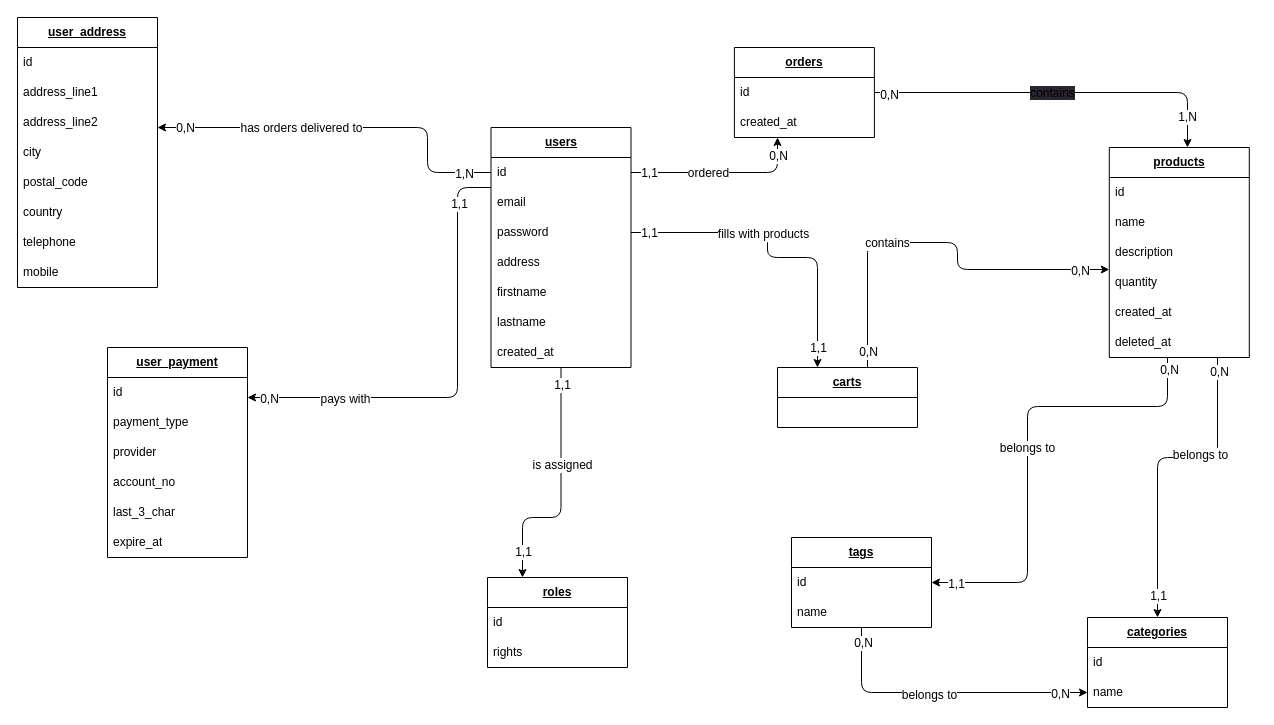
felix-hauger/boutique-en-ligne keeps this draw.io diagram as boutique-en-ligne.drawio. Above is the earlier version. Source tidied: cells renumbered, new cells numbered last; positions are measured from the earlier drawing's top-left corner, leaving out a move shared by most shapes. Both pictures are drawn from the tidied source at 100%, with x=0, y=0 at pixel (17, 17).
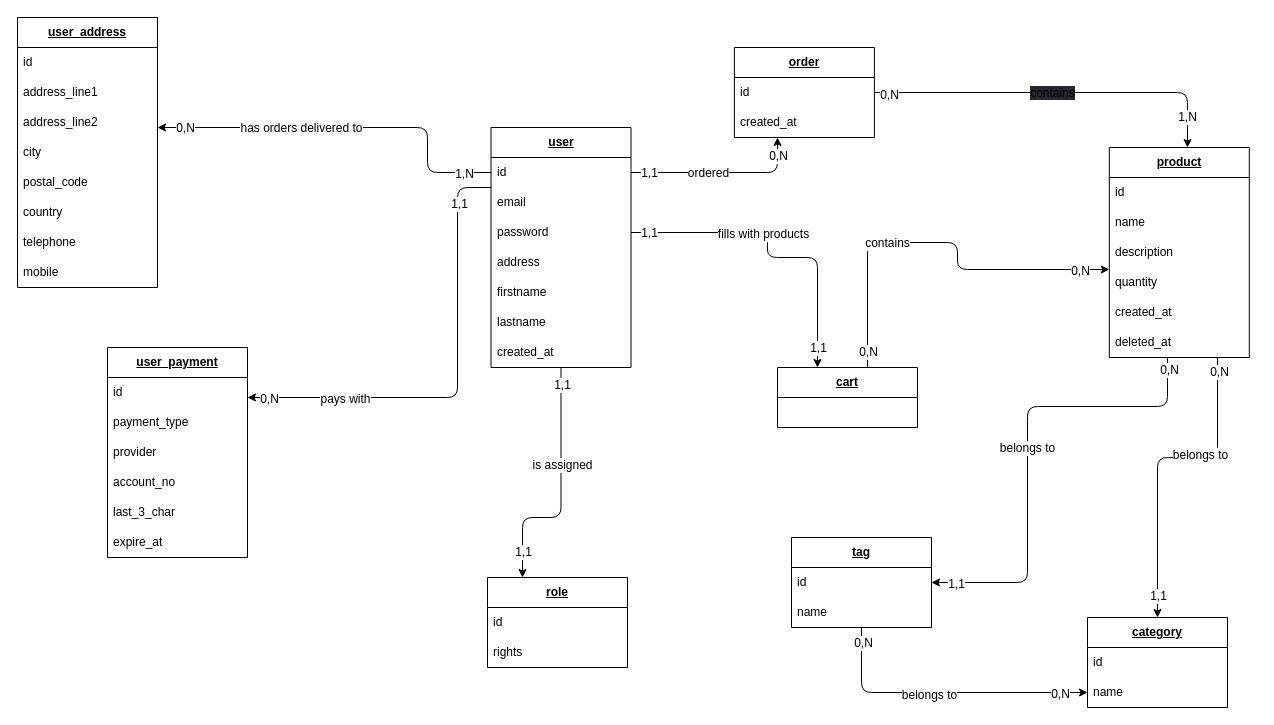
The same page after the edit.

Commit message:
MCD - made table names in the singular

The change refers to these unchanged cells:
```xml
<mxCell id="30" style="group;" parent="29" vertex="1">
  <mxGeometry x="110" y="10" width="140" height="120" as="geometry" />
</mxCell>
<mxCell id="36" style="group;" parent="35" vertex="1">
  <mxGeometry x="20.9" width="146.9" height="180" as="geometry" />
</mxCell>
<mxCell id="45" style="group;" parent="44" vertex="1">
  <mxGeometry width="140" height="120" as="geometry" />
</mxCell>
```

Diff of the diagram source:
```diff
@@
-    <mxCell id="10" value="&lt;b&gt;&lt;u&gt;users&lt;/u&gt;&lt;/b&gt;" style="swimlane;fontStyle=0;horizontal=1;startSize=30;whiteSpace=wrap;html=1;" parent="1" vertex="1">
+    <mxCell id="10" value="&lt;b&gt;&lt;u&gt;user&lt;/u&gt;&lt;/b&gt;" style="swimlane;fontStyle=0;horizontal=1;startSize=30;whiteSpace=wrap;html=1;" parent="1" vertex="1">
       <mxGeometry x="473.5" y="110" width="140" height="240" as="geometry" />
     </mxCell>
@@
-    <mxCell id="18" value="&lt;b&gt;&lt;u&gt;orders&lt;/u&gt;&lt;/b&gt;" style="swimlane;fontStyle=0;horizontal=1;startSize=30;whiteSpace=wrap;html=1;" parent="1" vertex="1">
+    <mxCell id="18" value="&lt;b&gt;&lt;u&gt;order&lt;/u&gt;&lt;/b&gt;" style="swimlane;fontStyle=0;horizontal=1;startSize=30;whiteSpace=wrap;html=1;" parent="1" vertex="1">
       <mxGeometry x="716.9" y="30" width="140" height="90" as="geometry" />
     </mxCell>
@@
-    <mxCell id="25" value="&lt;b&gt;&lt;u&gt;carts&lt;/u&gt;&lt;/b&gt;" style="swimlane;fontStyle=0;horizontal=1;startSize=30;whiteSpace=wrap;html=1;" parent="1" vertex="1">
+    <mxCell id="25" value="&lt;b&gt;&lt;u&gt;cart&lt;/u&gt;&lt;/b&gt;" style="swimlane;fontStyle=0;horizontal=1;startSize=30;whiteSpace=wrap;html=1;" parent="1" vertex="1">
       <mxGeometry x="760" y="350" width="140" height="60" as="geometry" />
     </mxCell>
-    <mxCell id="26" value="&lt;b&gt;&lt;u&gt;roles&lt;br&gt;&lt;/u&gt;&lt;/b&gt;" style="swimlane;fontStyle=0;horizontal=1;startSize=30;whiteSpace=wrap;html=1;" parent="1" vertex="1">
+    <mxCell id="26" value="&lt;b&gt;&lt;u&gt;role&lt;br&gt;&lt;/u&gt;&lt;/b&gt;" style="swimlane;fontStyle=0;horizontal=1;startSize=30;whiteSpace=wrap;html=1;" parent="1" vertex="1">
       <mxGeometry x="470" y="560" width="140" height="90" as="geometry" />
     </mxCell>
@@
-    <mxCell id="31" value="&lt;b&gt;&lt;u&gt;categories&lt;br&gt;&lt;/u&gt;&lt;/b&gt;" style="swimlane;fontStyle=0;horizontal=1;startSize=30;whiteSpace=wrap;html=1;" parent="30" vertex="1">
+    <mxCell id="31" value="&lt;b&gt;&lt;u&gt;category&lt;br&gt;&lt;/u&gt;&lt;/b&gt;" style="swimlane;fontStyle=0;horizontal=1;startSize=30;whiteSpace=wrap;html=1;" parent="30" vertex="1">
       <mxGeometry y="30" width="140" height="90" as="geometry" />
     </mxCell>
@@
-    <mxCell id="37" value="&lt;b&gt;&lt;u&gt;products&lt;/u&gt;&lt;/b&gt;" style="swimlane;fontStyle=0;horizontal=1;startSize=30;whiteSpace=wrap;html=1;" parent="36" vertex="1">
+    <mxCell id="37" value="&lt;b&gt;&lt;u&gt;product&lt;/u&gt;&lt;/b&gt;" style="swimlane;fontStyle=0;horizontal=1;startSize=30;whiteSpace=wrap;html=1;" parent="36" vertex="1">
       <mxGeometry width="140" height="210" as="geometry" />
     </mxCell>
@@
-    <mxCell id="46" value="&lt;b&gt;&lt;u&gt;tags&lt;br&gt;&lt;/u&gt;&lt;/b&gt;" style="swimlane;fontStyle=0;horizontal=1;startSize=30;whiteSpace=wrap;html=1;" parent="45" vertex="1">
+    <mxCell id="46" value="&lt;b&gt;&lt;u&gt;tag&lt;br&gt;&lt;/u&gt;&lt;/b&gt;" style="swimlane;fontStyle=0;horizontal=1;startSize=30;whiteSpace=wrap;html=1;" parent="45" vertex="1">
       <mxGeometry y="30" width="140" height="90" as="geometry" />
     </mxCell>
```
